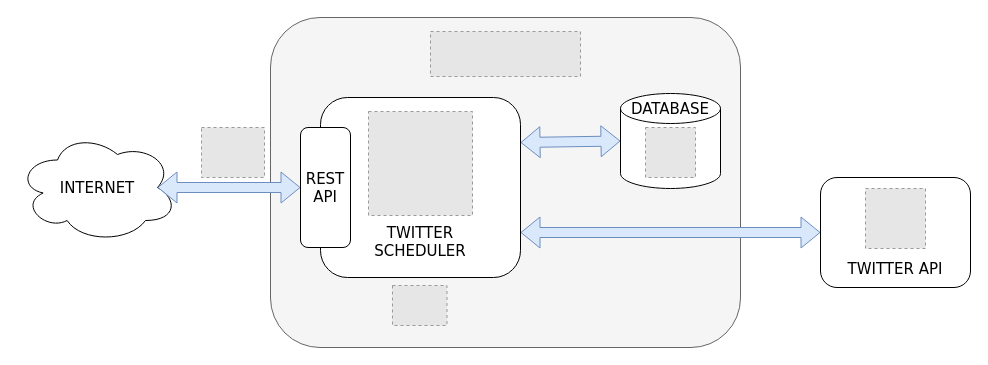
Above: diagrams/twitter-scheduler-pro.drawio in david-rojo/tfm-twitter-scheduler-tips (draw.io), before the change. Source tidied: cells renumbered, new cells numbered last; positions are measured from the earlier drawing's top-left corner, leaving out a move shared by most shapes. Both pictures are drawn from the tidied source at 100%, with x=0, y=0 at pixel (17, 17). Pictures stored in the file or linked from it are replaced by grey dashed boxes.
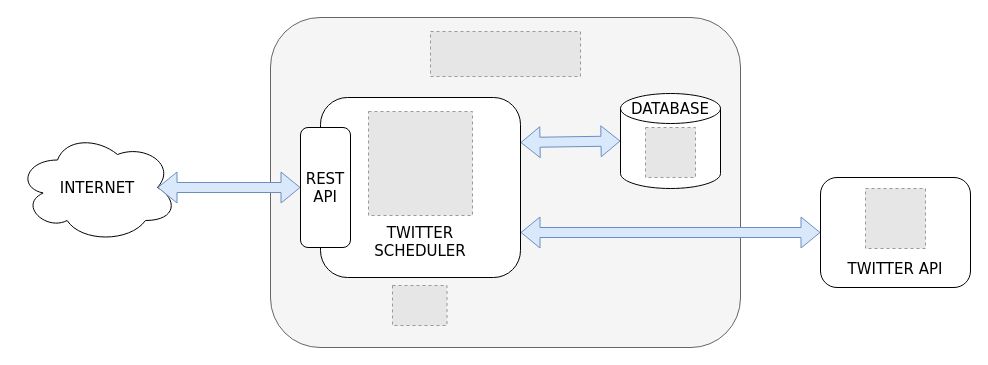
Above is the later version.

Commit message (it also covers changes not shown here):
add deployed app diagram

Diff of the diagram source:
```diff
@@
 <mxGraphModel>
   <root>
     <mxCell id="0" />
     <mxCell id="1" parent="0" />
     <mxCell id="2" style="rounded=1;whiteSpace=wrap;html=1;fontSize=15;fillColor=#f5f5f5;strokeColor=#666666;fontColor=#333333;" parent="1" vertex="1">
       <mxGeometry x="253" width="470" height="330" as="geometry" />
     </mxCell>
     <mxCell id="3" value="&lt;br&gt;&lt;br&gt;&lt;br&gt;&lt;br&gt;&lt;br&gt;&lt;br&gt;&lt;font face=&quot;Verdana&quot;&gt;TWITTER&lt;br&gt;SCHEDULER&lt;/font&gt;" style="rounded=1;whiteSpace=wrap;html=1;fontSize=15;" parent="1" vertex="1">
       <mxGeometry x="303" y="80" width="200" height="180" as="geometry" />
     </mxCell>
     <mxCell id="4" value="REST&lt;br style=&quot;font-size: 15px;&quot;&gt;API" style="rounded=1;whiteSpace=wrap;html=1;fontSize=15;fontFamily=Verdana;" parent="1" vertex="1">
       <mxGeometry x="283" y="110" width="50" height="120" as="geometry" />
     </mxCell>
     <mxCell id="5" style="shape=cylinder3;whiteSpace=wrap;html=1;boundedLbl=1;backgroundOutline=1;size=15;fontSize=15;" parent="1" vertex="1">
       <mxGeometry x="603" y="76" width="100" height="95" as="geometry" />
     </mxCell>
     <mxCell id="6" value="&lt;br&gt;&lt;br&gt;&lt;br&gt;&lt;br&gt;TWITTER&amp;nbsp;API" style="rounded=1;whiteSpace=wrap;html=1;fontSize=15;fontFamily=Verdana;" parent="1" vertex="1">
       <mxGeometry x="803" y="160" width="150" height="110" as="geometry" />
     </mxCell>
     <mxCell id="7" value="INTERNET" style="ellipse;shape=cloud;whiteSpace=wrap;html=1;fontSize=15;fontFamily=Verdana;" parent="1" vertex="1">
       <mxGeometry y="115" width="160" height="110" as="geometry" />
     </mxCell>
     <mxCell id="8" style="shape=flexArrow;endArrow=classic;startArrow=classic;html=1;rounded=0;fontSize=15;exitX=0.875;exitY=0.5;exitDx=0;exitDy=0;exitPerimeter=0;entryX=0;entryY=0.5;entryDx=0;entryDy=0;fillColor=#dae8fc;strokeColor=#6c8ebf;" parent="1" edge="1" source="7" target="4">
       <mxGeometry relative="1" as="geometry" />
     </mxCell>
     <mxCell id="9" style="shape=flexArrow;endArrow=classic;startArrow=classic;html=1;rounded=0;fontSize=15;entryX=0;entryY=0.5;entryDx=0;entryDy=0;entryPerimeter=0;exitX=1;exitY=0.25;exitDx=0;exitDy=0;fillColor=#dae8fc;strokeColor=#6c8ebf;" parent="1" edge="1" source="3" target="5">
       <mxGeometry relative="1" as="geometry" />
     </mxCell>
     <mxCell id="10" style="shape=flexArrow;endArrow=classic;startArrow=classic;html=1;rounded=0;fontSize=15;entryX=0;entryY=0.5;entryDx=0;entryDy=0;exitX=1;exitY=0.75;exitDx=0;exitDy=0;fillColor=#dae8fc;strokeColor=#6c8ebf;" parent="1" edge="1" source="3" target="6">
       <mxGeometry relative="1" as="geometry" />
     </mxCell>
     <mxCell id="11" style="fillColor=#E6E6E6;strokeColor=#999999;dashed=1;verticalLabelPosition=bottom;labelBackgroundColor=#ffffff;verticalAlign=top;" parent="1" vertex="1">
       <mxGeometry x="375" y="268" width="54.5" height="40" as="geometry" />
     </mxCell>
     <mxCell id="12" style="fillColor=#E6E6E6;strokeColor=#999999;dashed=1;verticalLabelPosition=bottom;labelBackgroundColor=#ffffff;verticalAlign=top;" parent="1" vertex="1">
       <mxGeometry x="413" y="14" width="150" height="45" as="geometry" />
     </mxCell>
     <mxCell id="13" style="fillColor=#E6E6E6;strokeColor=#999999;dashed=1;verticalLabelPosition=bottom;labelBackgroundColor=#ffffff;verticalAlign=top;" parent="1" vertex="1">
       <mxGeometry x="628" y="110" width="50" height="50" as="geometry" />
     </mxCell>
     <mxCell id="14" value="DATABASE" style="text;html=1;strokeColor=none;fillColor=none;align=center;verticalAlign=middle;whiteSpace=wrap;rounded=0;fontSize=15;fontFamily=Verdana;" parent="1" vertex="1">
       <mxGeometry x="623" y="76" width="60" height="30" as="geometry" />
     </mxCell>
     <mxCell id="15" style="fillColor=#E6E6E6;strokeColor=#999999;dashed=1;verticalLabelPosition=bottom;labelBackgroundColor=#ffffff;verticalAlign=top;" parent="1" vertex="1">
       <mxGeometry x="351" y="94" width="104" height="104" as="geometry" />
     </mxCell>
     <mxCell id="16" style="fillColor=#E6E6E6;strokeColor=#999999;dashed=1;verticalLabelPosition=bottom;labelBackgroundColor=#ffffff;verticalAlign=top;" parent="1" vertex="1">
       <mxGeometry x="848" y="171" width="60" height="60" as="geometry" />
     </mxCell>
-    <mxCell id="17" style="fillColor=#E6E6E6;strokeColor=#999999;dashed=1;verticalLabelPosition=bottom;labelBackgroundColor=#ffffff;verticalAlign=top;" parent="1" vertex="1">
-      <mxGeometry x="184" y="110" width="63" height="50" as="geometry" />
-    </mxCell>
   </root>
 </mxGraphModel>
```
